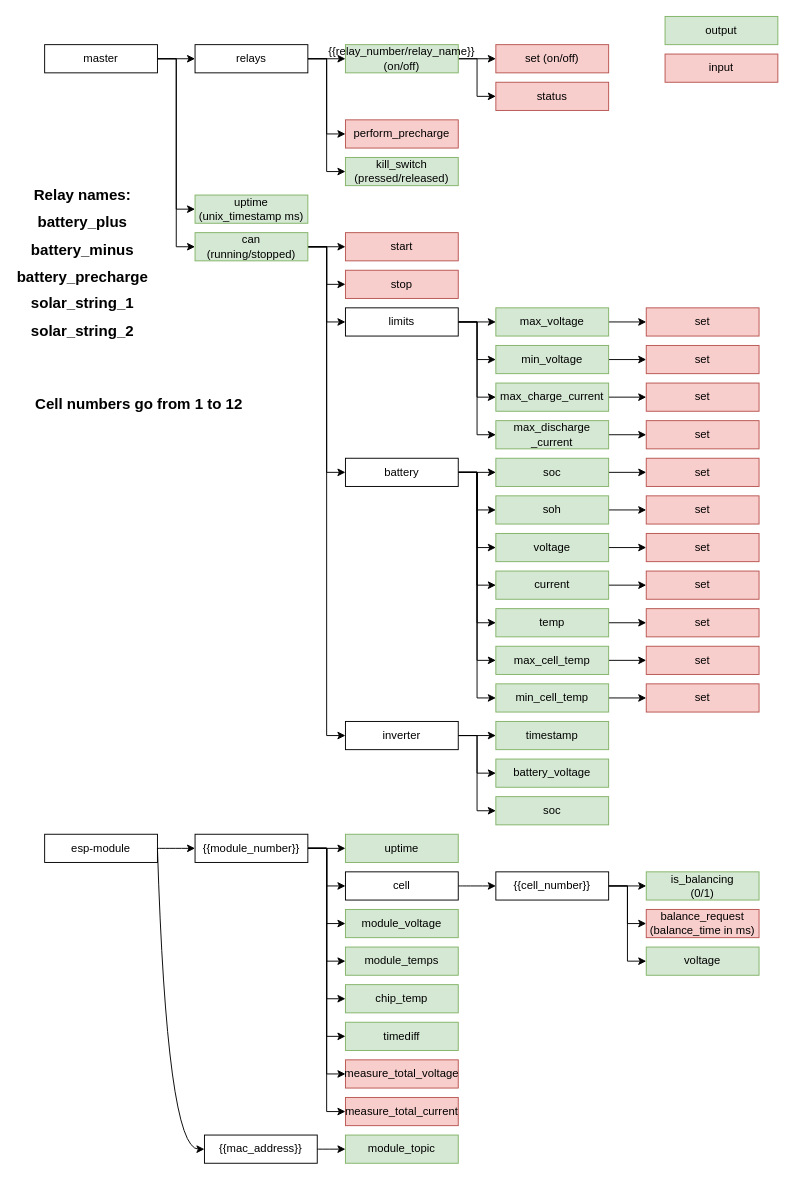
SunshadeCorp/EasyBMS-master keeps this draw.io diagram as mqtt_topics.drawio. Above is the earlier version. Source tidied: cells renumbered, new cells numbered last; positions are measured from the earlier drawing's top-left corner, leaving out a move shared by most shapes. Both pictures are drawn from the tidied source at 94%, with x=0, y=0 at pixel (35, 16).
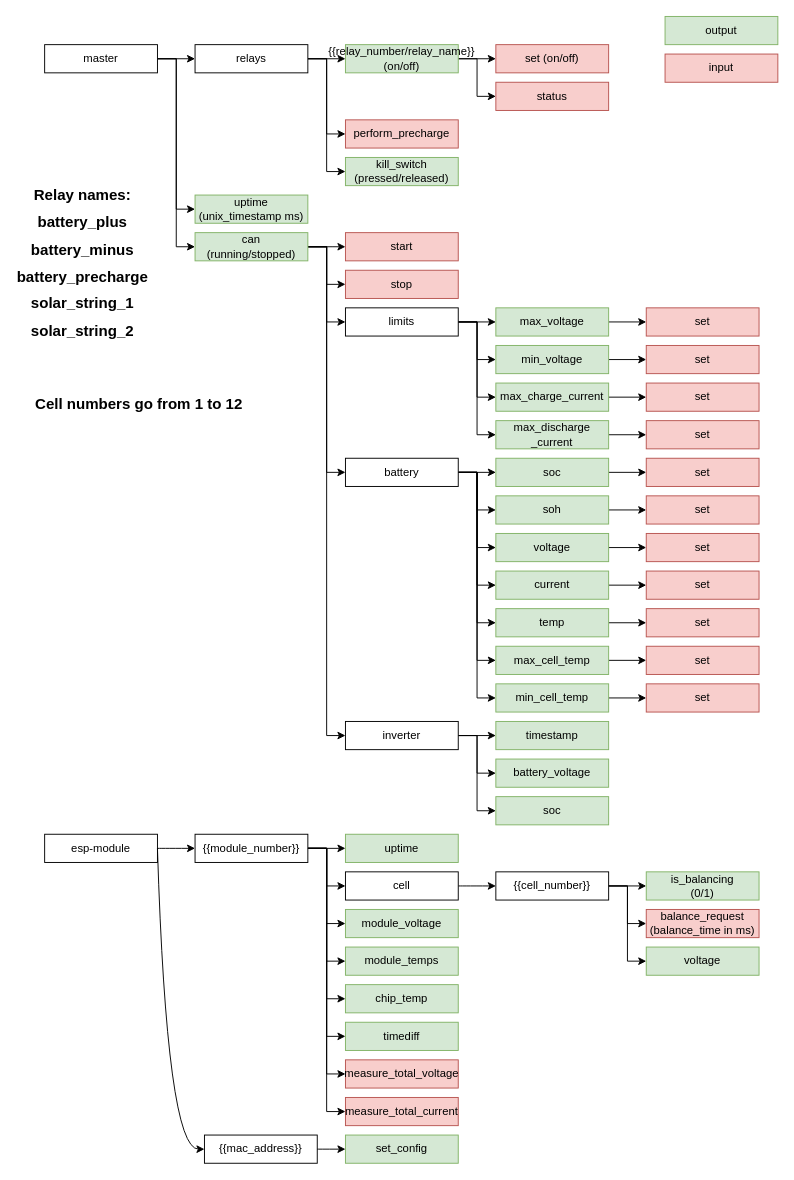
After the change.

What changed in the source:
```diff
@@
-    <mxCell id="109" value="module_topic" style="rounded=0;whiteSpace=wrap;html=1;fillColor=#d5e8d4;strokeColor=#82b366;" parent="1" vertex="1">
+    <mxCell id="109" value="set_config&lt;br&gt;" style="rounded=0;whiteSpace=wrap;html=1;fillColor=#d5e8d4;strokeColor=#82b366;" parent="1" vertex="1">
       <mxGeometry x="330" y="1190" width="120" height="30" as="geometry" />
     </mxCell>
```
